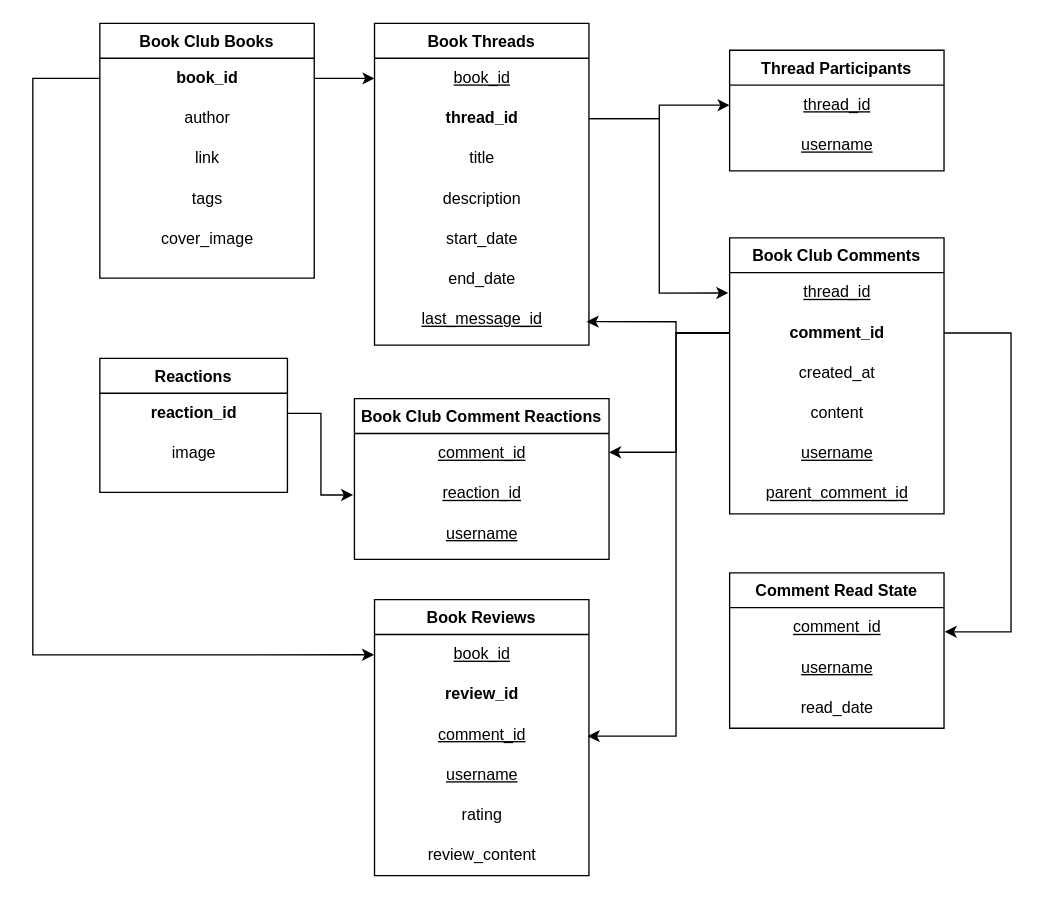
Above: page "ERD" (1 of 2) of images/BookClubERD.drawio in hwilloug/hannah-blog (draw.io), before the change. Source tidied: cells renumbered, new cells numbered last; positions are measured from the earlier drawing's top-left corner, leaving out a move shared by most shapes. Both pictures are drawn from the tidied source at 134%, with x=0, y=0 at pixel (32, 23).
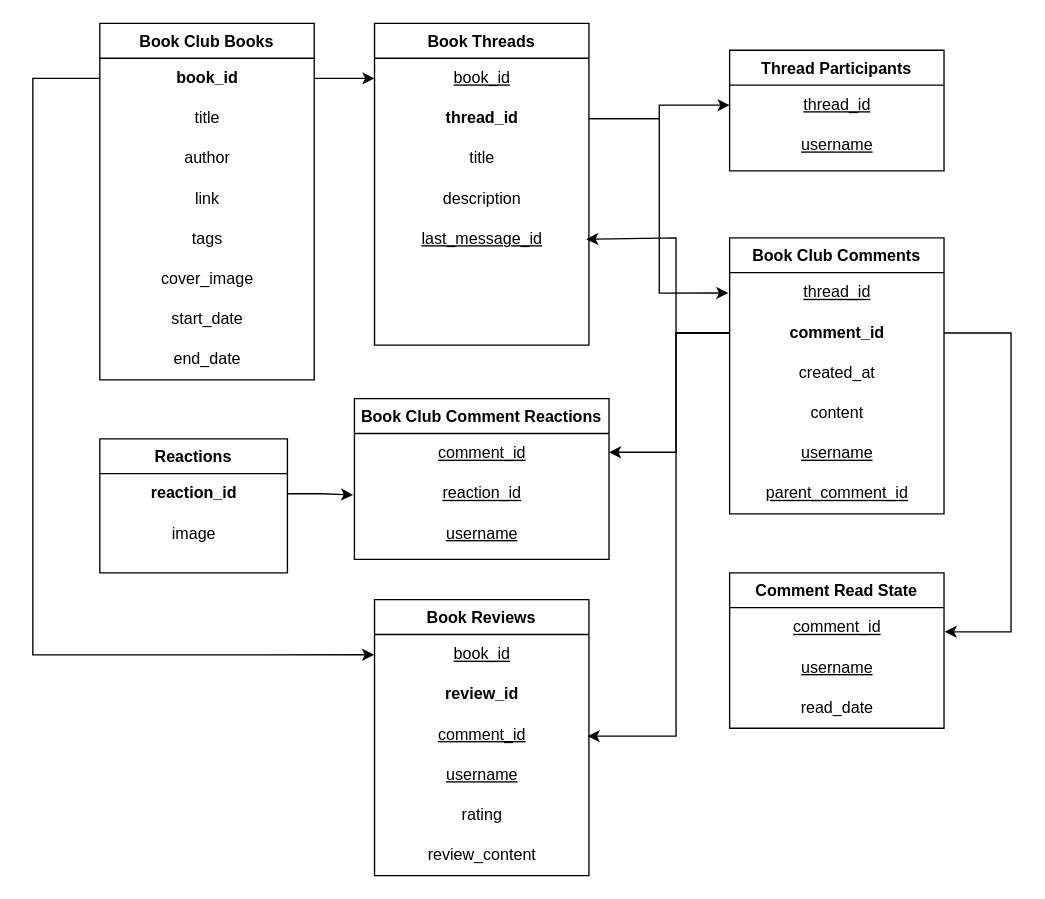
The same page after the edit.

The change refers to these unchanged cells:
```xml
<mxCell id="4" value="comment_id" style="text;html=1;align=center;verticalAlign=middle;points=[];strokeColor=none;fillColor=none;fontStyle=1;" parent="2" vertex="1">
  <mxGeometry y="56" width="160" height="30" as="geometry" />
</mxCell>
<mxCell id="15" value="Book Threads" style="swimlane;fontStyle=1;align=center;verticalAlign=top;horizontal=1;startSize=26;rounded=0;shadow=0;strokeWidth=1;" parent="1" vertex="1">
  <mxGeometry x="255" width="160" height="240" as="geometry" />
</mxCell>
```

The edit, as a diff of the source:
```diff
@@
     <mxCell id="9" value="Book Club Books" style="swimlane;fontStyle=1;align=center;verticalAlign=top;horizontal=1;startSize=26;rounded=0;shadow=0;strokeWidth=1;" parent="1" vertex="1">
-      <mxGeometry x="50" width="160" height="190" as="geometry" />
+      <mxGeometry x="50" width="160" height="266" as="geometry" />
     </mxCell>
@@
+    <mxCell id="53" value="title" style="text;html=1;align=center;verticalAlign=middle;strokeColor=none;fillColor=none;" parent="9" vertex="1">
+      <mxGeometry y="56" width="160" height="30" as="geometry" />
+    </mxCell>
     <mxCell id="11" value="author" style="text;html=1;align=center;verticalAlign=middle;strokeColor=none;fillColor=none;" parent="9" vertex="1">
-      <mxGeometry y="56" width="160" height="30" as="geometry" />
+      <mxGeometry y="86" width="160" height="30" as="geometry" />
     </mxCell>
     <mxCell id="12" value="link" style="text;html=1;align=center;verticalAlign=middle;strokeColor=none;fillColor=none;" parent="9" vertex="1">
-      <mxGeometry y="86" width="160" height="30" as="geometry" />
+      <mxGeometry y="116" width="160" height="30" as="geometry" />
     </mxCell>
     <mxCell id="13" value="tags" style="text;html=1;align=center;verticalAlign=middle;strokeColor=none;fillColor=none;" parent="9" vertex="1">
-      <mxGeometry y="116" width="160" height="30" as="geometry" />
+      <mxGeometry y="146" width="160" height="30" as="geometry" />
     </mxCell>
     <mxCell id="14" value="cover_image" style="text;html=1;align=center;verticalAlign=middle;strokeColor=none;fillColor=none;" parent="9" vertex="1">
-      <mxGeometry y="146" width="160" height="30" as="geometry" />
+      <mxGeometry y="176" width="160" height="30" as="geometry" />
     </mxCell>
+    <mxCell id="20" value="start_date" style="text;html=1;align=center;verticalAlign=middle;strokeColor=none;fillColor=none;" parent="9" vertex="1">
+      <mxGeometry y="206" width="160" height="30" as="geometry" />
+    </mxCell>
+    <mxCell id="21" value="end_date" style="text;html=1;align=center;verticalAlign=middle;strokeColor=none;fillColor=none;" parent="9" vertex="1">
+      <mxGeometry y="236" width="160" height="30" as="geometry" />
+    </mxCell>
@@
-    <mxCell id="20" value="start_date" style="text;html=1;align=center;verticalAlign=middle;strokeColor=none;fillColor=none;" parent="15" vertex="1">
-      <mxGeometry y="146" width="160" height="30" as="geometry" />
-    </mxCell>
-    <mxCell id="21" value="end_date" style="text;html=1;align=center;verticalAlign=middle;strokeColor=none;fillColor=none;" parent="15" vertex="1">
-      <mxGeometry y="176" width="160" height="30" as="geometry" />
-    </mxCell>
     <mxCell id="22" value="last_message_id" style="text;html=1;align=center;verticalAlign=middle;points=[];strokeColor=none;fillColor=none;fontStyle=4;" parent="15" vertex="1">
-      <mxGeometry y="206" width="160" height="30" as="geometry" />
+      <mxGeometry y="146" width="160" height="30" as="geometry" />
     </mxCell>
@@
     <mxCell id="29" value="Reactions" style="swimlane;fontStyle=1;align=center;verticalAlign=top;horizontal=1;startSize=26;rounded=0;shadow=0;strokeWidth=1;" parent="1" vertex="1">
-      <mxGeometry x="50" y="250" width="140" height="100" as="geometry" />
+      <mxGeometry x="50" y="310" width="140" height="100" as="geometry" />
     </mxCell>
@@
-    <mxCell id="43" style="edgeStyle=orthogonalEdgeStyle;rounded=0;jettySize=auto;html=1;entryX=0.989;entryY=0.552;entryDx=0;entryDy=0;entryPerimeter=0;" parent="1" edge="1" source="4" target="22">
+    <mxCell id="43" style="edgeStyle=orthogonalEdgeStyle;rounded=0;jettySize=auto;html=1;" parent="1" edge="1" source="4">
       <mxGeometry relative="1" as="geometry">
+        <mxPoint x="413" y="161" as="targetPoint" />
         <Array as="points">
           <mxPoint x="480" y="231" />
-          <mxPoint x="480" y="223" />
+          <mxPoint x="480" y="160" />
         </Array>
       </mxGeometry>
     </mxCell>
```
